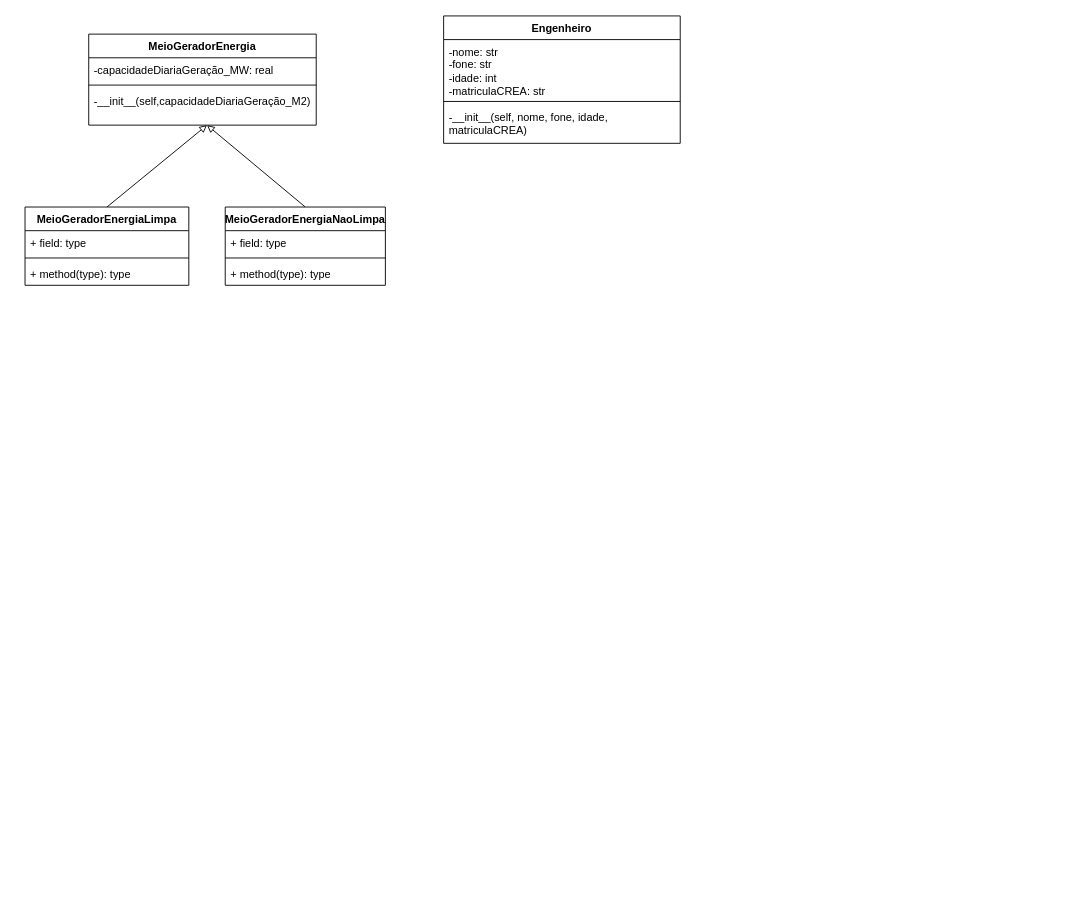
Barr00s/humorzap keeps this draw.io diagram as Untitled Diagram.drawio. Above is the earlier version. Source tidied: cells renumbered, new cells numbered last; positions are measured from the earlier drawing's top-left corner, leaving out a move shared by most shapes. Both pictures are drawn from the tidied source at 91%, with x=0, y=0 at pixel (25, 15).
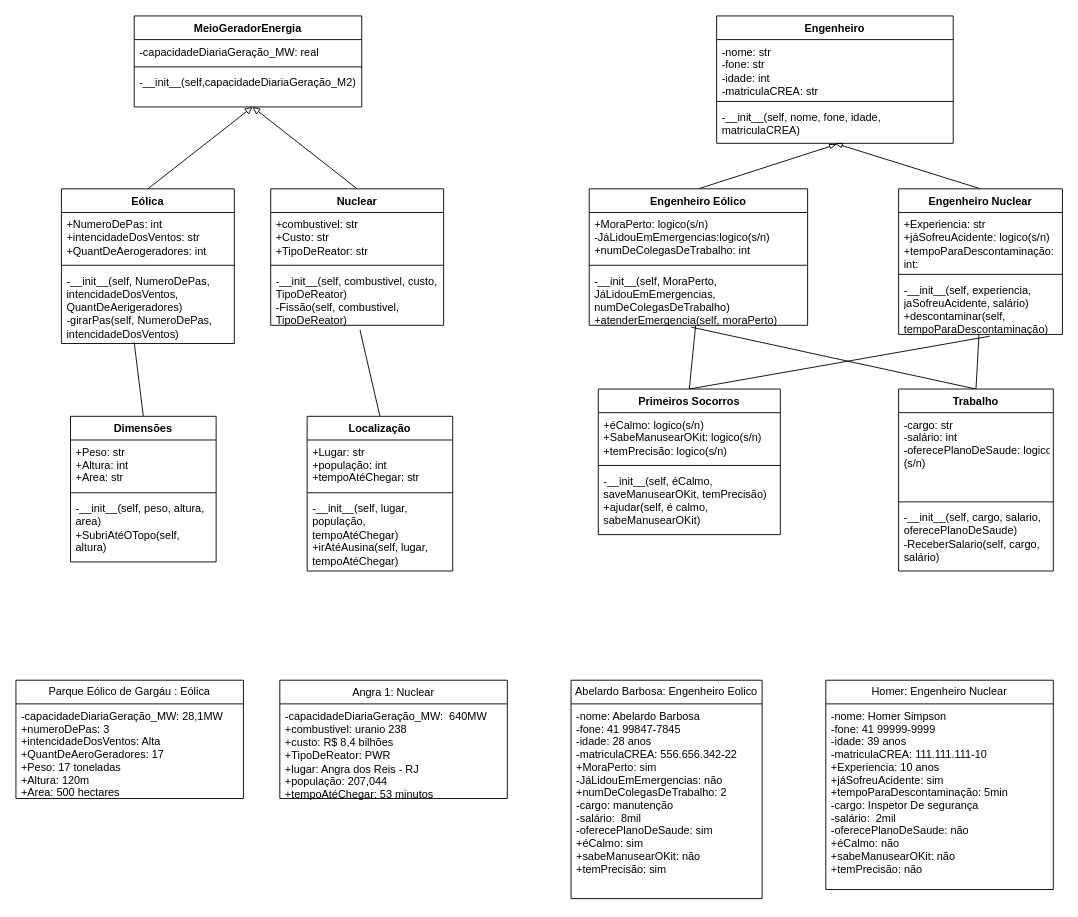
The same page after the edit.

Unchanged cells that the change refers to:
```xml
<mxCell id="9" value="-__init__(self, nome, fone, idade, matriculaCREA)" style="text;strokeColor=none;fillColor=none;align=left;verticalAlign=top;spacingLeft=4;spacingRight=4;overflow=hidden;points=[[0,0.5],[1,0.5]];portConstraint=eastwest;whiteSpace=wrap;" parent="6" vertex="1">
  <mxGeometry y="98" width="260" height="42" as="geometry" />
</mxCell>
```

Diff of the diagram source:
```diff
@@
     <mxCell id="2" value="MeioGeradorEnergia" style="swimlane;fontStyle=1;align=center;verticalAlign=top;horizontal=1;startSize=26;" parent="1" vertex="1">
-      <mxGeometry x="70" y="20" width="250" height="100" as="geometry" />
+      <mxGeometry x="120" width="250" height="100" as="geometry" />
     </mxCell>
@@
     <mxCell id="6" value="Engenheiro" style="swimlane;fontStyle=1;align=center;verticalAlign=top;horizontal=1;startSize=26;" parent="1" vertex="1">
-      <mxGeometry x="460" width="260" height="140" as="geometry" />
+      <mxGeometry x="760" width="260" height="140" as="geometry" />
     </mxCell>
@@
     <mxCell id="10" style="rounded=0;jettySize=auto;html=1;exitX=0.5;exitY=0;exitDx=0;exitDy=0;endArrow=block;endFill=0;" parent="1" edge="1" source="11">
       <mxGeometry relative="1" as="geometry">
-        <mxPoint x="200" y="120" as="targetPoint" />
+        <mxPoint x="250" y="100" as="targetPoint" />
       </mxGeometry>
     </mxCell>
-    <mxCell id="11" value="MeioGeradorEnergiaLimpa" style="swimlane;fontStyle=1;align=center;verticalAlign=top;horizontal=1;startSize=26;" parent="1" vertex="1">
-      <mxGeometry y="210" width="180" height="86" as="geometry" />
+    <mxCell id="11" value="Eólica" style="swimlane;fontStyle=1;align=center;verticalAlign=top;horizontal=1;startSize=26;" parent="1" vertex="1">
+      <mxGeometry x="40" y="190" width="190" height="170" as="geometry" />
     </mxCell>
-    <mxCell id="12" value="+ field: type" style="text;strokeColor=none;fillColor=none;align=left;verticalAlign=top;spacingLeft=4;spacingRight=4;overflow=hidden;" parent="11" vertex="1">
-      <mxGeometry y="26" width="180" height="26" as="geometry" />
+    <mxCell id="12" value="+NumeroDePas: int&#10;+intencidadeDosVentos: str&#10;+QuantDeAerogeradores: int" style="text;strokeColor=none;fillColor=none;align=left;verticalAlign=top;spacingLeft=4;spacingRight=4;overflow=hidden;whiteSpace=wrap;" parent="11" vertex="1">
+      <mxGeometry y="26" width="190" height="54" as="geometry" />
     </mxCell>
     <mxCell id="13" style="line;strokeWidth=1;fillColor=none;align=left;verticalAlign=middle;spacingTop=-1;spacingLeft=3;spacingRight=3;labelPosition=right;" parent="11" vertex="1">
-      <mxGeometry y="52" width="180" height="8" as="geometry" />
+      <mxGeometry y="80" width="190" height="8" as="geometry" />
     </mxCell>
-    <mxCell id="14" value="+ method(type): type" style="text;strokeColor=none;fillColor=none;align=left;verticalAlign=top;spacingLeft=4;spacingRight=4;overflow=hidden;points=[[0,0.5],[1,0.5]];portConstraint=eastwest;" parent="11" vertex="1">
-      <mxGeometry y="60" width="180" height="26" as="geometry" />
+    <mxCell id="14" value="-__init__(self, NumeroDePas, intencidadeDosVentos, QuantDeAerigeradores)&#10;-girarPas(self, NumeroDePas, intencidadeDosVentos)" style="text;strokeColor=none;fillColor=none;align=left;verticalAlign=top;spacingLeft=4;spacingRight=4;overflow=hidden;points=[[0,0.5],[1,0.5]];portConstraint=eastwest;whiteSpace=wrap;" parent="11" vertex="1">
+      <mxGeometry y="88" width="190" height="82" as="geometry" />
     </mxCell>
@@
-    <mxCell id="16" value="MeioGeradorEnergiaNaoLimpa" style="swimlane;fontStyle=1;align=center;verticalAlign=top;horizontal=1;startSize=26;" parent="1" vertex="1">
-      <mxGeometry x="220" y="210" width="176" height="86" as="geometry" />
+    <mxCell id="16" value="Nuclear&#10;" style="swimlane;fontStyle=1;align=center;verticalAlign=top;horizontal=1;startSize=26;" parent="1" vertex="1">
+      <mxGeometry x="270" y="190" width="190" height="150" as="geometry" />
     </mxCell>
-    <mxCell id="17" value="+ field: type" style="text;strokeColor=none;fillColor=none;align=left;verticalAlign=top;spacingLeft=4;spacingRight=4;overflow=hidden;" parent="16" vertex="1">
-      <mxGeometry y="26" width="176" height="26" as="geometry" />
+    <mxCell id="17" value="+combustivel: str&#10;+Custo: str&#10;+TipoDeReator: str" style="text;strokeColor=none;fillColor=none;align=left;verticalAlign=top;spacingLeft=4;spacingRight=4;overflow=hidden;whiteSpace=wrap;" parent="16" vertex="1">
+      <mxGeometry y="26" width="190" height="54" as="geometry" />
     </mxCell>
     <mxCell id="18" style="line;strokeWidth=1;fillColor=none;align=left;verticalAlign=middle;spacingTop=-1;spacingLeft=3;spacingRight=3;labelPosition=right;" parent="16" vertex="1">
-      <mxGeometry y="52" width="176" height="8" as="geometry" />
+      <mxGeometry y="80" width="190" height="8" as="geometry" />
     </mxCell>
-    <mxCell id="19" value="+ method(type): type" style="text;strokeColor=none;fillColor=none;align=left;verticalAlign=top;spacingLeft=4;spacingRight=4;overflow=hidden;points=[[0,0.5],[1,0.5]];portConstraint=eastwest;" parent="16" vertex="1">
-      <mxGeometry y="60" width="176" height="26" as="geometry" />
+    <mxCell id="19" value="-__init__(self, combustivel, custo, TipoDeReator)&#10;-Fissão(self, combustivel, TipoDeReator)" style="text;strokeColor=none;fillColor=none;align=left;verticalAlign=top;spacingLeft=4;spacingRight=4;overflow=hidden;points=[[0,0.5],[1,0.5]];portConstraint=eastwest;whiteSpace=wrap;" parent="16" vertex="1">
+      <mxGeometry y="88" width="190" height="62" as="geometry" />
     </mxCell>
+    <mxCell id="20" style="rounded=0;jettySize=auto;html=1;exitX=0.5;exitY=0;exitDx=0;exitDy=0;entryX=0.508;entryY=1.024;entryDx=0;entryDy=0;entryPerimeter=0;endArrow=blockThin;endFill=0;" parent="1" edge="1" source="21" target="9">
+      <mxGeometry relative="1" as="geometry" />
+    </mxCell>
+    <mxCell id="21" value="Engenheiro Eólico" style="swimlane;fontStyle=1;align=center;verticalAlign=top;horizontal=1;startSize=26;" parent="1" vertex="1">
+      <mxGeometry x="620" y="190" width="240" height="150" as="geometry" />
+    </mxCell>
+    <mxCell id="22" value="+MoraPerto: logico(s/n)&#10;-JáLidouEmEmergencias:logico(s/n)&#10;+numDeColegasDeTrabalho: int" style="text;strokeColor=none;fillColor=none;align=left;verticalAlign=top;spacingLeft=4;spacingRight=4;overflow=hidden;" parent="21" vertex="1">
+      <mxGeometry y="26" width="240" height="54" as="geometry" />
+    </mxCell>
+    <mxCell id="23" style="line;strokeWidth=1;fillColor=none;align=left;verticalAlign=middle;spacingTop=-1;spacingLeft=3;spacingRight=3;labelPosition=right;" parent="21" vertex="1">
+      <mxGeometry y="80" width="240" height="8" as="geometry" />
+    </mxCell>
+    <mxCell id="24" value="-__init__(self, MoraPerto, JáLidouEmEmergencias,  numDeColegasDeTrabalho)&#10;+atenderEmergencia(self, moraPerto)" style="text;strokeColor=none;fillColor=none;align=left;verticalAlign=top;spacingLeft=4;spacingRight=4;overflow=hidden;points=[[0,0.5],[1,0.5]];portConstraint=eastwest;whiteSpace=wrap;" parent="21" vertex="1">
+      <mxGeometry y="88" width="240" height="62" as="geometry" />
+    </mxCell>
+    <mxCell id="25" style="edgeStyle=none;rounded=0;jettySize=auto;html=1;exitX=0.5;exitY=0;exitDx=0;exitDy=0;endArrow=blockThin;endFill=0;" parent="1" edge="1" source="26">
+      <mxGeometry relative="1" as="geometry">
+        <mxPoint x="890" y="140" as="targetPoint" />
+      </mxGeometry>
+    </mxCell>
+    <mxCell id="26" value="Engenheiro Nuclear" style="swimlane;fontStyle=1;align=center;verticalAlign=top;horizontal=1;startSize=26;" parent="1" vertex="1">
+      <mxGeometry x="960" y="190" width="180" height="160" as="geometry" />
+    </mxCell>
+    <mxCell id="27" value="+Experiencia: str&#10;+jáSofreuAcidente: logico(s/n)&#10;+tempoParaDescontaminação: int:&#10;" style="text;strokeColor=none;fillColor=none;align=left;verticalAlign=top;spacingLeft=4;spacingRight=4;overflow=hidden;whiteSpace=wrap;" parent="26" vertex="1">
+      <mxGeometry y="26" width="180" height="64" as="geometry" />
+    </mxCell>
+    <mxCell id="28" style="line;strokeWidth=1;fillColor=none;align=left;verticalAlign=middle;spacingTop=-1;spacingLeft=3;spacingRight=3;labelPosition=right;" parent="26" vertex="1">
+      <mxGeometry y="90" width="180" height="8" as="geometry" />
+    </mxCell>
+    <mxCell id="29" value="-__init__(self, experiencia, jaSofreuAcidente, salário)&#10;+descontaminar(self, tempoParaDescontaminação)" style="text;strokeColor=none;fillColor=none;align=left;verticalAlign=top;spacingLeft=4;spacingRight=4;overflow=hidden;points=[[0,0.5],[1,0.5]];portConstraint=eastwest;whiteSpace=wrap;" parent="26" vertex="1">
+      <mxGeometry y="98" width="180" height="62" as="geometry" />
+    </mxCell>
+    <mxCell id="30" style="edgeStyle=none;rounded=0;jettySize=auto;html=1;exitX=0.5;exitY=0;exitDx=0;exitDy=0;entryX=0.516;entryY=1.081;entryDx=0;entryDy=0;entryPerimeter=0;endArrow=none;endFill=0;" parent="1" edge="1" source="31" target="19">
+      <mxGeometry relative="1" as="geometry" />
+    </mxCell>
+    <mxCell id="31" value="Localização" style="swimlane;fontStyle=1;align=center;verticalAlign=top;horizontal=1;startSize=26;" parent="1" vertex="1">
+      <mxGeometry x="310" y="440" width="160" height="170" as="geometry" />
+    </mxCell>
+    <mxCell id="32" value="+Lugar: str&#10;+população: int&#10;+tempoAtéChegar: str" style="text;strokeColor=none;fillColor=none;align=left;verticalAlign=top;spacingLeft=4;spacingRight=4;overflow=hidden;" parent="31" vertex="1">
+      <mxGeometry y="26" width="160" height="54" as="geometry" />
+    </mxCell>
+    <mxCell id="33" style="line;strokeWidth=1;fillColor=none;align=left;verticalAlign=middle;spacingTop=-1;spacingLeft=3;spacingRight=3;labelPosition=right;" parent="31" vertex="1">
+      <mxGeometry y="80" width="160" height="8" as="geometry" />
+    </mxCell>
+    <mxCell id="34" value="-__init__(self, lugar, população, tempoAtéChegar)&#10;+irAtéAusina(self, lugar, tempoAtéChegar)" style="text;strokeColor=none;fillColor=none;align=left;verticalAlign=top;spacingLeft=4;spacingRight=4;overflow=hidden;whiteSpace=wrap;" parent="31" vertex="1">
+      <mxGeometry y="88" width="160" height="82" as="geometry" />
+    </mxCell>
+    <mxCell id="35" style="edgeStyle=none;rounded=0;jettySize=auto;html=1;exitX=0.5;exitY=0;exitDx=0;exitDy=0;entryX=0.421;entryY=0.988;entryDx=0;entryDy=0;entryPerimeter=0;endArrow=none;endFill=0;" parent="1" edge="1" source="36" target="14">
+      <mxGeometry relative="1" as="geometry" />
+    </mxCell>
+    <mxCell id="36" value="Dimensões" style="swimlane;fontStyle=1;align=center;verticalAlign=top;horizontal=1;startSize=26;" parent="1" vertex="1">
+      <mxGeometry x="50" y="440" width="160" height="160" as="geometry" />
+    </mxCell>
+    <mxCell id="37" value="+Peso: str&#10;+Altura: int&#10;+Area: str" style="text;strokeColor=none;fillColor=none;align=left;verticalAlign=top;spacingLeft=4;spacingRight=4;overflow=hidden;" parent="36" vertex="1">
+      <mxGeometry y="26" width="160" height="54" as="geometry" />
+    </mxCell>
+    <mxCell id="38" style="line;strokeWidth=1;fillColor=none;align=left;verticalAlign=middle;spacingTop=-1;spacingLeft=3;spacingRight=3;labelPosition=right;" parent="36" vertex="1">
+      <mxGeometry y="80" width="160" height="8" as="geometry" />
+    </mxCell>
+    <mxCell id="39" value="-__init__(self, peso, altura, area)&#10;+SubriAtéOTopo(self, altura)" style="text;strokeColor=none;fillColor=none;align=left;verticalAlign=top;spacingLeft=4;spacingRight=4;overflow=hidden;whiteSpace=wrap;" parent="36" vertex="1">
+      <mxGeometry y="88" width="160" height="72" as="geometry" />
+    </mxCell>
+    <mxCell id="40" style="edgeStyle=none;rounded=0;jettySize=auto;html=1;exitX=0.5;exitY=0;exitDx=0;exitDy=0;endArrow=none;endFill=0;" parent="1" edge="1" source="42" target="24">
+      <mxGeometry relative="1" as="geometry" />
+    </mxCell>
+    <mxCell id="41" style="edgeStyle=none;rounded=0;jettySize=auto;html=1;exitX=0.5;exitY=0;exitDx=0;exitDy=0;endArrow=none;endFill=0;entryX=0.556;entryY=1.032;entryDx=0;entryDy=0;entryPerimeter=0;" parent="1" edge="1" source="42" target="29">
+      <mxGeometry relative="1" as="geometry" />
+    </mxCell>
+    <mxCell id="42" value="Primeiros Socorros" style="swimlane;fontStyle=1;align=center;verticalAlign=top;horizontal=1;startSize=26;" parent="1" vertex="1">
+      <mxGeometry x="630" y="410" width="200" height="160" as="geometry" />
+    </mxCell>
+    <mxCell id="43" value="+éCalmo: logico(s/n)&#10;+SabeManusearOKit: logico(s/n)&#10;+temPrecisão: logico(s/n)" style="text;strokeColor=none;fillColor=none;align=left;verticalAlign=top;spacingLeft=4;spacingRight=4;overflow=hidden;whiteSpace=wrap;" parent="42" vertex="1">
+      <mxGeometry y="26" width="200" height="54" as="geometry" />
+    </mxCell>
+    <mxCell id="44" style="line;strokeWidth=1;fillColor=none;align=left;verticalAlign=middle;spacingTop=-1;spacingLeft=3;spacingRight=3;labelPosition=right;" parent="42" vertex="1">
+      <mxGeometry y="80" width="200" height="8" as="geometry" />
+    </mxCell>
+    <mxCell id="45" value="-__init__(self, éCalmo, saveManusearOKit, temPrecisão)&#10;+ajudar(self, é calmo, sabeManusearOKit)" style="text;strokeColor=none;fillColor=none;align=left;verticalAlign=top;spacingLeft=4;spacingRight=4;overflow=hidden;whiteSpace=wrap;" parent="42" vertex="1">
+      <mxGeometry y="88" width="200" height="72" as="geometry" />
+    </mxCell>
+    <mxCell id="46" style="edgeStyle=none;rounded=0;jettySize=auto;html=1;exitX=0.5;exitY=0;exitDx=0;exitDy=0;endArrow=none;endFill=0;" parent="1" edge="1" source="48" target="29">
+      <mxGeometry relative="1" as="geometry" />
+    </mxCell>
+    <mxCell id="47" style="edgeStyle=none;rounded=0;jettySize=auto;html=1;exitX=0.5;exitY=0;exitDx=0;exitDy=0;entryX=0.467;entryY=1.032;entryDx=0;entryDy=0;entryPerimeter=0;endArrow=none;endFill=0;" parent="1" edge="1" source="48" target="24">
+      <mxGeometry relative="1" as="geometry" />
+    </mxCell>
+    <mxCell id="48" value="Trabalho" style="swimlane;fontStyle=1;align=center;verticalAlign=top;horizontal=1;startSize=26;" parent="1" vertex="1">
+      <mxGeometry x="960" y="410" width="170" height="200" as="geometry" />
+    </mxCell>
+    <mxCell id="49" value="-cargo: str&#10;-salário: int&#10;-oferecePlanoDeSaude: logico&#10;(s/n)" style="text;strokeColor=none;fillColor=none;align=left;verticalAlign=top;spacingLeft=4;spacingRight=4;overflow=hidden;" parent="48" vertex="1">
+      <mxGeometry y="26" width="170" height="94" as="geometry" />
+    </mxCell>
+    <mxCell id="50" style="line;strokeWidth=1;fillColor=none;align=left;verticalAlign=middle;spacingTop=-1;spacingLeft=3;spacingRight=3;labelPosition=right;" parent="48" vertex="1">
+      <mxGeometry y="120" width="170" height="8" as="geometry" />
+    </mxCell>
+    <mxCell id="51" value="-__init__(self, cargo, salario, oferecePlanoDeSaude)&#10;-ReceberSalario(self, cargo, salário)" style="text;strokeColor=none;fillColor=none;align=left;verticalAlign=top;spacingLeft=4;spacingRight=4;overflow=hidden;whiteSpace=wrap;" parent="48" vertex="1">
+      <mxGeometry y="128" width="170" height="72" as="geometry" />
+    </mxCell>
+    <mxCell id="52" value="Angra 1: Nuclear" style="swimlane;fontStyle=0;horizontal=1;startSize=26;fillColor=none;" parent="1" vertex="1">
+      <mxGeometry x="280" y="730" width="250" height="130" as="geometry" />
+    </mxCell>
+    <mxCell id="53" value="-capacidadeDiariaGeração_MW:  640MW&#10;+combustivel: uranio 238&#10;+custo: R$ 8,4 bilhões&#10;+TipoDeReator: PWR&#10;+lugar: Angra dos Reis - RJ&#10;+população: 207,044&#10;+tempoAtéChegar: 53 minutos" style="text;strokeColor=none;fillColor=none;align=left;verticalAlign=top;spacingLeft=4;spacingRight=4;overflow=hidden;whiteSpace=wrap;" parent="52" vertex="1">
+      <mxGeometry y="26" width="250" height="104" as="geometry" />
+    </mxCell>
+    <mxCell id="54" value="Parque Eólico de Gargáu : Eólica" style="swimlane;fontStyle=0;horizontal=1;startSize=26;fillColor=none;whiteSpace=wrap;" parent="1" vertex="1">
+      <mxGeometry x="-10" y="730" width="250" height="130" as="geometry" />
+    </mxCell>
+    <mxCell id="55" value="-capacidadeDiariaGeração_MW: 28,1MW&#10;+numeroDePas: 3&#10;+intencidadeDosVentos: Alta&#10;+QuantDeAeroGeradores: 17&#10;+Peso: 17 toneladas&#10;+Altura: 120m&#10;+Area: 500 hectares" style="text;strokeColor=none;fillColor=none;align=left;verticalAlign=top;spacingLeft=4;spacingRight=4;overflow=hidden;" parent="54" vertex="1">
+      <mxGeometry y="26" width="250" height="104" as="geometry" />
+    </mxCell>
+    <mxCell id="56" value="Homer: Engenheiro Nuclear" style="swimlane;fontStyle=0;horizontal=1;startSize=26;fillColor=none;whiteSpace=wrap;" parent="1" vertex="1">
+      <mxGeometry x="880" y="730" width="250" height="230" as="geometry" />
+    </mxCell>
+    <mxCell id="57" value="-nome: Homer Simpson&#10;-fone: 41 99999-9999&#10;-idade: 39 anos&#10;-matriculaCREA: 111.111.111-10&#10;+Experiencia: 10 anos &#10;+jáSofreuAcidente: sim&#10;+tempoParaDescontaminação: 5min&#10;-cargo: Inspetor De segurança&#10;-salário:  2mil&#10;-oferecePlanoDeSaude: não&#10;+éCalmo: não&#10;+sabeManusearOKit: não&#10;+temPrecisão: não" style="text;strokeColor=none;fillColor=none;align=left;verticalAlign=top;spacingLeft=4;spacingRight=4;overflow=hidden;" parent="56" vertex="1">
+      <mxGeometry y="26" width="250" height="204" as="geometry" />
+    </mxCell>
+    <mxCell id="58" value="Abelardo Barbosa: Engenheiro Eolico" style="swimlane;fontStyle=0;horizontal=1;startSize=26;fillColor=none;whiteSpace=wrap;" parent="1" vertex="1">
+      <mxGeometry x="600" y="730" width="210" height="240" as="geometry" />
+    </mxCell>
+    <mxCell id="59" value="-nome: Abelardo Barbosa&#10;-fone: 41 99847-7845&#10;-idade: 28 anos&#10;-matriculaCREA: 556.656.342-22&#10;+MoraPerto: sim&#10;-JáLidouEmEmergencias: não&#10;+numDeColegasDeTrabalho: 2&#10;-cargo: manutenção&#10;-salário:  8mil&#10;-oferecePlanoDeSaude: sim&#10;+éCalmo: sim&#10;+sabeManusearOKit: não&#10;+temPrecisão: sim " style="text;strokeColor=none;fillColor=none;align=left;verticalAlign=top;spacingLeft=4;spacingRight=4;overflow=hidden;" parent="58" vertex="1">
+      <mxGeometry y="26" width="210" height="214" as="geometry" />
+    </mxCell>
```
